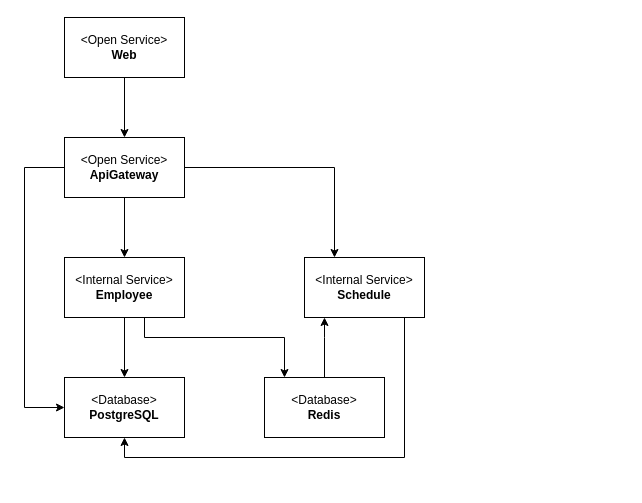
Above: docs/architecture.drawio in IrusHunter/duckademic (draw.io), before the change. Source tidied: cells renumbered, new cells numbered last; positions are measured from the earlier drawing's top-left corner, leaving out a move shared by most shapes. Both pictures are drawn from the tidied source at 100%, with x=0, y=0 at pixel (24, 17).
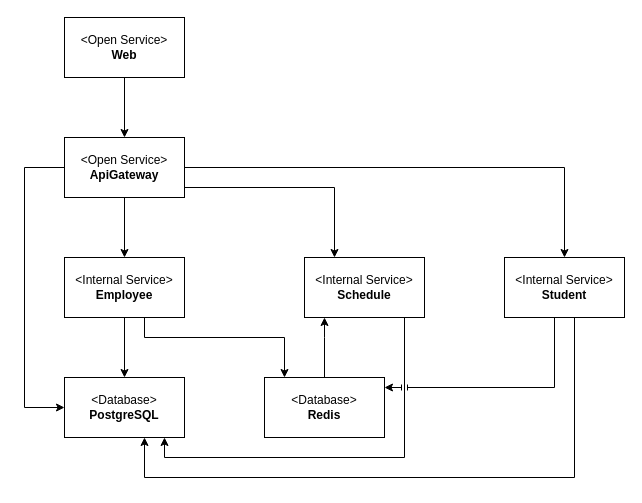
The same page after the edit.

Unchanged cells that the change refers to:
```xml
<mxCell id="7" value="&amp;lt;Open Service&amp;gt;&lt;div&gt;&lt;b&gt;ApiGateway&lt;/b&gt;&lt;/div&gt;" style="html=1;whiteSpace=wrap;" parent="1" vertex="1">
  <mxGeometry x="40" y="120" width="120" height="60" as="geometry" />
</mxCell>
<mxCell id="10" value="&amp;lt;Database&amp;gt;&lt;div&gt;&lt;b&gt;PostgreSQL&lt;/b&gt;&lt;/div&gt;" style="html=1;whiteSpace=wrap;" parent="1" vertex="1">
  <mxGeometry x="40" y="360" width="120" height="60" as="geometry" />
</mxCell>
<mxCell id="11" value="&amp;lt;Internal Service&amp;gt;&lt;div&gt;&lt;b&gt;Schedule&lt;/b&gt;&lt;/div&gt;" style="html=1;whiteSpace=wrap;" parent="1" vertex="1">
  <mxGeometry x="280" y="240" width="120" height="60" as="geometry" />
</mxCell>
<mxCell id="12" value="&amp;lt;Database&amp;gt;&lt;div&gt;&lt;b&gt;Redis&lt;/b&gt;&lt;/div&gt;" style="html=1;whiteSpace=wrap;" parent="1" vertex="1">
  <mxGeometry x="240" y="360" width="120" height="60" as="geometry" />
</mxCell>
```

The edit, as a diff of the source:
```diff
@@
     <mxCell id="15" style="edgeStyle=orthogonalEdgeStyle;html=1;rounded=0;curved=0;" parent="1" edge="1" source="7" target="11">
       <mxGeometry relative="1" as="geometry">
         <Array as="points">
-          <mxPoint x="310" y="150" />
+          <mxPoint x="310" y="170" />
         </Array>
       </mxGeometry>
     </mxCell>
     <mxCell id="16" style="edgeStyle=orthogonalEdgeStyle;html=1;rounded=0;curved=0;" parent="1" edge="1" source="11" target="10">
       <mxGeometry relative="1" as="geometry">
         <Array as="points">
           <mxPoint x="380" y="440" />
-          <mxPoint x="100" y="440" />
+          <mxPoint x="140" y="440" />
         </Array>
       </mxGeometry>
     </mxCell>
+    <mxCell id="17" value="&amp;lt;Internal Service&amp;gt;&lt;div&gt;&lt;b&gt;Student&lt;/b&gt;&lt;/div&gt;" style="html=1;whiteSpace=wrap;" parent="1" vertex="1">
+      <mxGeometry x="480" y="240" width="120" height="60" as="geometry" />
+    </mxCell>
+    <mxCell id="18" style="edgeStyle=orthogonalEdgeStyle;html=1;rounded=0;curved=0;jumpStyle=line;" parent="1" edge="1" source="17" target="12">
+      <mxGeometry relative="1" as="geometry">
+        <Array as="points">
+          <mxPoint x="530" y="370" />
+        </Array>
+      </mxGeometry>
+    </mxCell>
+    <mxCell id="19" style="edgeStyle=orthogonalEdgeStyle;html=1;rounded=0;curved=0;jumpStyle=line;" parent="1" edge="1" source="17" target="10">
+      <mxGeometry relative="1" as="geometry">
+        <Array as="points">
+          <mxPoint x="550" y="460" />
+          <mxPoint x="120" y="460" />
+        </Array>
+      </mxGeometry>
+    </mxCell>
+    <mxCell id="20" style="edgeStyle=orthogonalEdgeStyle;html=1;rounded=0;curved=0;jumpStyle=line;" parent="1" edge="1" source="7" target="17">
+      <mxGeometry relative="1" as="geometry">
+        <Array as="points">
+          <mxPoint x="540" y="150" />
+        </Array>
+      </mxGeometry>
+    </mxCell>
```
